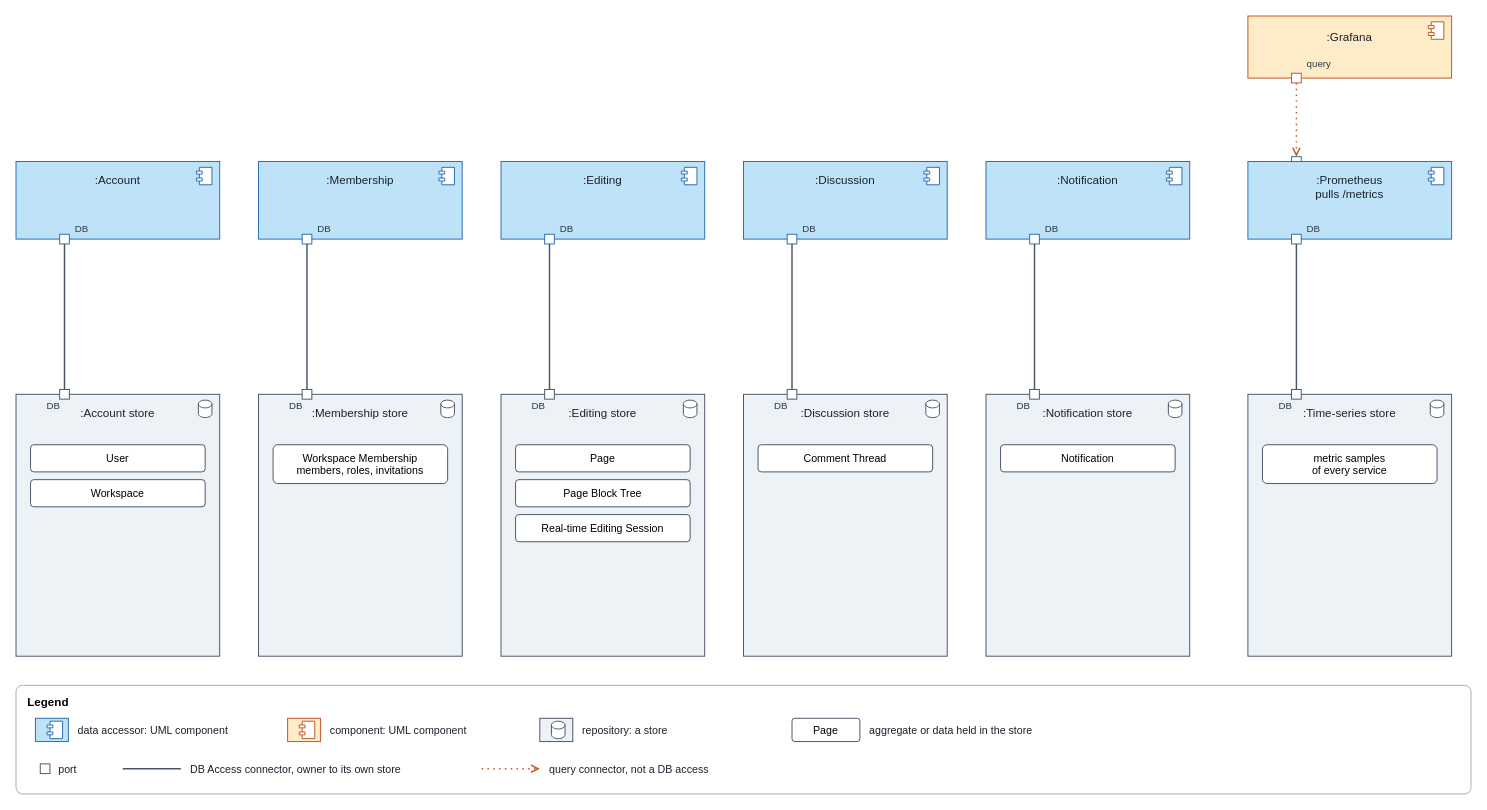
Earlier version of the draw.io diagram docs/assets/components-and-connectors/repository.drawio (Bending-Forks/gotion). Source tidied: cells renumbered, new cells numbered last; positions are measured from the earlier drawing's top-left corner, leaving out a move shared by most shapes. Both pictures are drawn from the tidied source at 97%, with x=0, y=0 at pixel (16, 16).
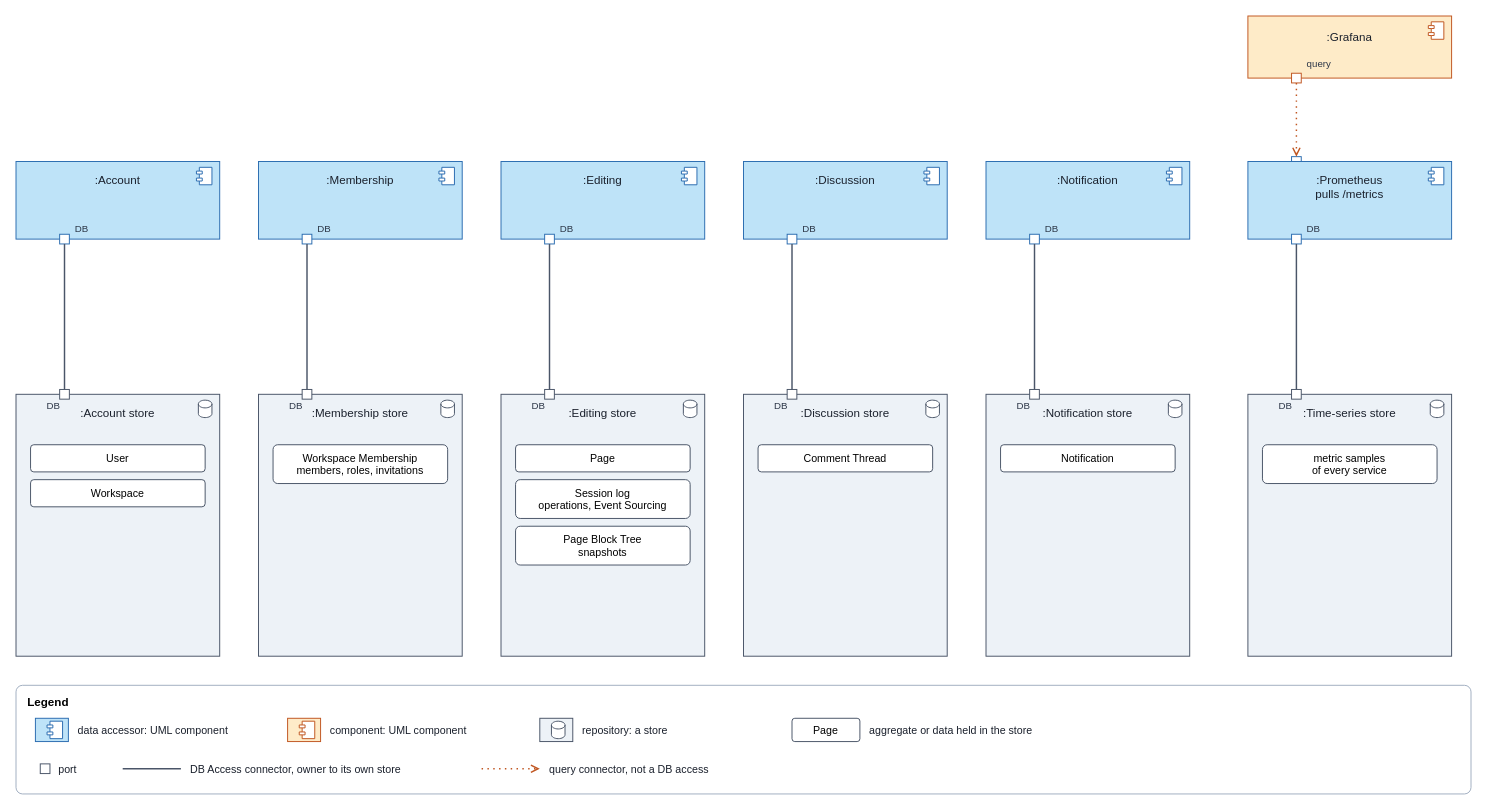
The same diagram, later.

The edit, as a diff of the source:
```diff
@@
-    <mxCell id="53" value="Page Block Tree" style="html=0;rounded=1;arcSize=12;fillColor=#ffffff;strokeColor=#4a5568;fontSize=11;" parent="1" vertex="1">
-      <mxGeometry x="515" y="478" width="180" height="28" as="geometry" />
+    <mxCell id="53" value="Session log&#10;operations, Event Sourcing" style="html=0;rounded=1;arcSize=12;fillColor=#ffffff;strokeColor=#4a5568;fontSize=11;" parent="1" vertex="1">
+      <mxGeometry x="515" y="478" width="180" height="40" as="geometry" />
     </mxCell>
-    <mxCell id="54" value="Real-time Editing Session" style="html=0;rounded=1;arcSize=12;fillColor=#ffffff;strokeColor=#4a5568;fontSize=11;" parent="1" vertex="1">
-      <mxGeometry x="515" y="514" width="180" height="28" as="geometry" />
+    <mxCell id="54" value="Page Block Tree&#10;snapshots" style="html=0;rounded=1;arcSize=12;fillColor=#ffffff;strokeColor=#4a5568;fontSize=11;" parent="1" vertex="1">
+      <mxGeometry x="515" y="526" width="180" height="40" as="geometry" />
     </mxCell>
```
